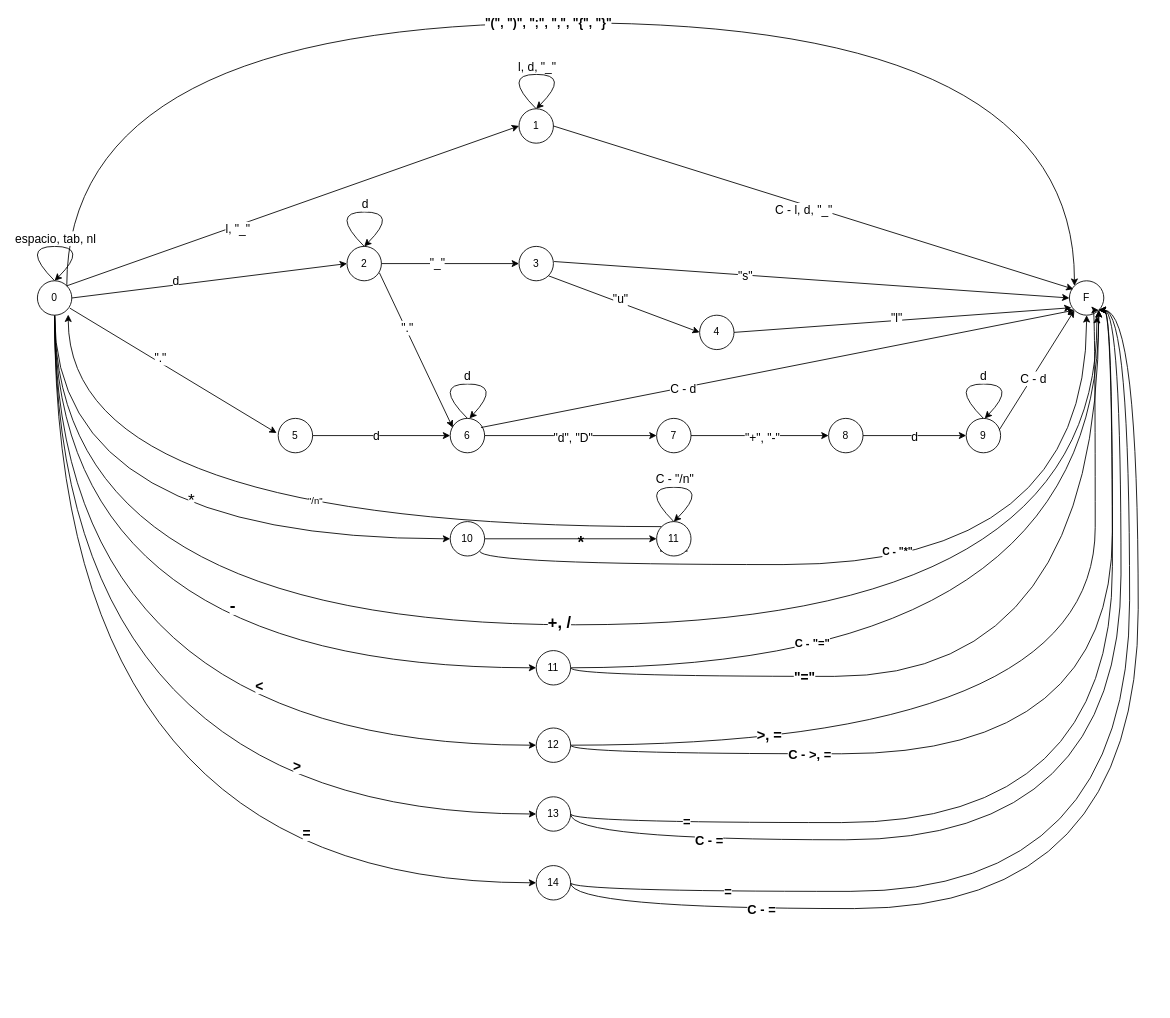
The draw.io diagram resources/automata.drawio in ElgartXimena/compiler, before the edit. Source tidied: cells renumbered, new cells numbered last; positions are measured from the earlier drawing's top-left corner, leaving out a move shared by most shapes. Both pictures are drawn from the tidied source at 86%, with x=0, y=0 at pixel (20, 22).
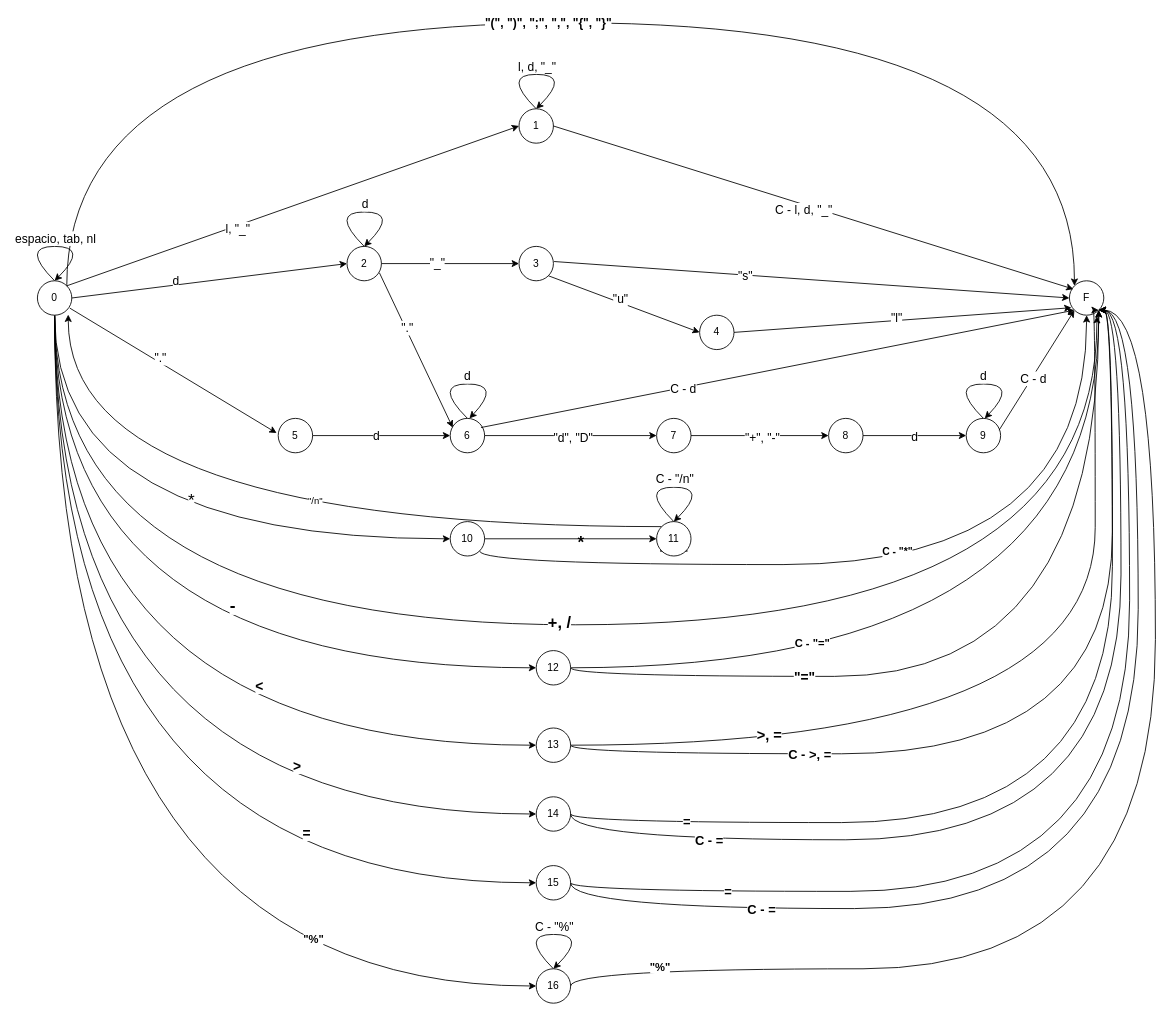
The same diagram, later.

Commit message:
Actualizacion de matriz de estados y automata

The change refers to these unchanged cells:
```xml
<mxCell id="16" value="0" style="ellipse;whiteSpace=wrap;html=1;" parent="1" vertex="1">
  <mxGeometry x="20" y="300" width="40" height="40" as="geometry" />
</mxCell>
<mxCell id="17" value="F" style="ellipse;whiteSpace=wrap;html=1;" parent="1" vertex="1">
  <mxGeometry x="1220" y="300" width="40" height="40" as="geometry" />
</mxCell>
```

Change to the diagram source:
```diff
@@
+    <mxCell id="99" style="edgeStyle=orthogonalEdgeStyle;rounded=0;jettySize=auto;html=1;exitX=0.5;exitY=1;exitDx=0;exitDy=0;entryX=0;entryY=0.5;entryDx=0;entryDy=0;curved=1;" parent="1" edge="1" source="16" target="103">
+      <mxGeometry relative="1" as="geometry" />
+    </mxCell>
+    <mxCell id="100" value="&quot;%&quot;" style="edgeLabel;html=1;align=center;verticalAlign=middle;fontStyle=1;fontSize=13;" parent="99" vertex="1">
+      <mxGeometry x="0.61" y="56" relative="1" as="geometry">
+        <mxPoint x="1" as="offset" />
+      </mxGeometry>
+    </mxCell>
@@
-    <mxCell id="83" value="11" style="ellipse;whiteSpace=wrap;html=1;" parent="1" vertex="1">
+    <mxCell id="83" value="12" style="ellipse;whiteSpace=wrap;html=1;" parent="1" vertex="1">
       <mxGeometry x="600" y="730" width="40" height="40" as="geometry" />
     </mxCell>
@@
-    <mxCell id="88" value="12" style="ellipse;whiteSpace=wrap;html=1;" parent="1" vertex="1">
+    <mxCell id="88" value="13" style="ellipse;whiteSpace=wrap;html=1;" parent="1" vertex="1">
       <mxGeometry x="600" y="820" width="40" height="40" as="geometry" />
     </mxCell>
@@
-    <mxCell id="93" value="13" style="ellipse;whiteSpace=wrap;html=1;" parent="1" vertex="1">
+    <mxCell id="93" value="14" style="ellipse;whiteSpace=wrap;html=1;" parent="1" vertex="1">
       <mxGeometry x="600" y="900" width="40" height="40" as="geometry" />
     </mxCell>
@@
-    <mxCell id="98" value="14" style="ellipse;whiteSpace=wrap;html=1;" parent="1" vertex="1">
+    <mxCell id="98" value="15" style="ellipse;whiteSpace=wrap;html=1;" parent="1" vertex="1">
       <mxGeometry x="600" y="980" width="40" height="40" as="geometry" />
     </mxCell>
+    <mxCell id="101" style="edgeStyle=orthogonalEdgeStyle;rounded=0;jettySize=auto;html=1;exitX=1;exitY=0.5;exitDx=0;exitDy=0;entryX=1;entryY=1;entryDx=0;entryDy=0;curved=1;" parent="1" edge="1" source="103" target="17">
+      <mxGeometry relative="1" as="geometry">
+        <Array as="points">
+          <mxPoint x="640" y="1100" />
+          <mxPoint x="1320" y="1100" />
+          <mxPoint x="1320" y="334" />
+        </Array>
+      </mxGeometry>
+    </mxCell>
+    <mxCell id="102" value="&quot;%&quot;" style="edgeLabel;html=1;align=center;verticalAlign=middle;fontStyle=1;fontSize=13;" parent="101" vertex="1">
+      <mxGeometry x="-0.84" y="3" relative="1" as="geometry" />
+    </mxCell>
+    <mxCell id="103" value="16" style="ellipse;whiteSpace=wrap;html=1;" parent="1" vertex="1">
+      <mxGeometry x="600" y="1100" width="40" height="40" as="geometry" />
+    </mxCell>
+    <mxCell id="104" style="curved=1;endArrow=classic;html=1;rounded=0;exitX=0.5;exitY=0;exitDx=0;exitDy=0;entryX=0.5;entryY=0;entryDx=0;entryDy=0;" parent="1" edge="1">
+      <mxGeometry relative="1" as="geometry">
+        <mxPoint x="620" y="1100" as="sourcePoint" />
+        <mxPoint x="620" y="1100" as="targetPoint" />
+        <Array as="points">
+          <mxPoint x="580" y="1060" />
+          <mxPoint x="660" y="1060" />
+        </Array>
+      </mxGeometry>
+    </mxCell>
+    <mxCell id="105" value="C - &quot;%&quot;" style="edgeLabel;html=1;align=center;verticalAlign=middle;fontSize=14;" parent="104" vertex="1">
+      <mxGeometry y="-2" relative="1" as="geometry">
+        <mxPoint y="-12" as="offset" />
+      </mxGeometry>
+    </mxCell>
```
